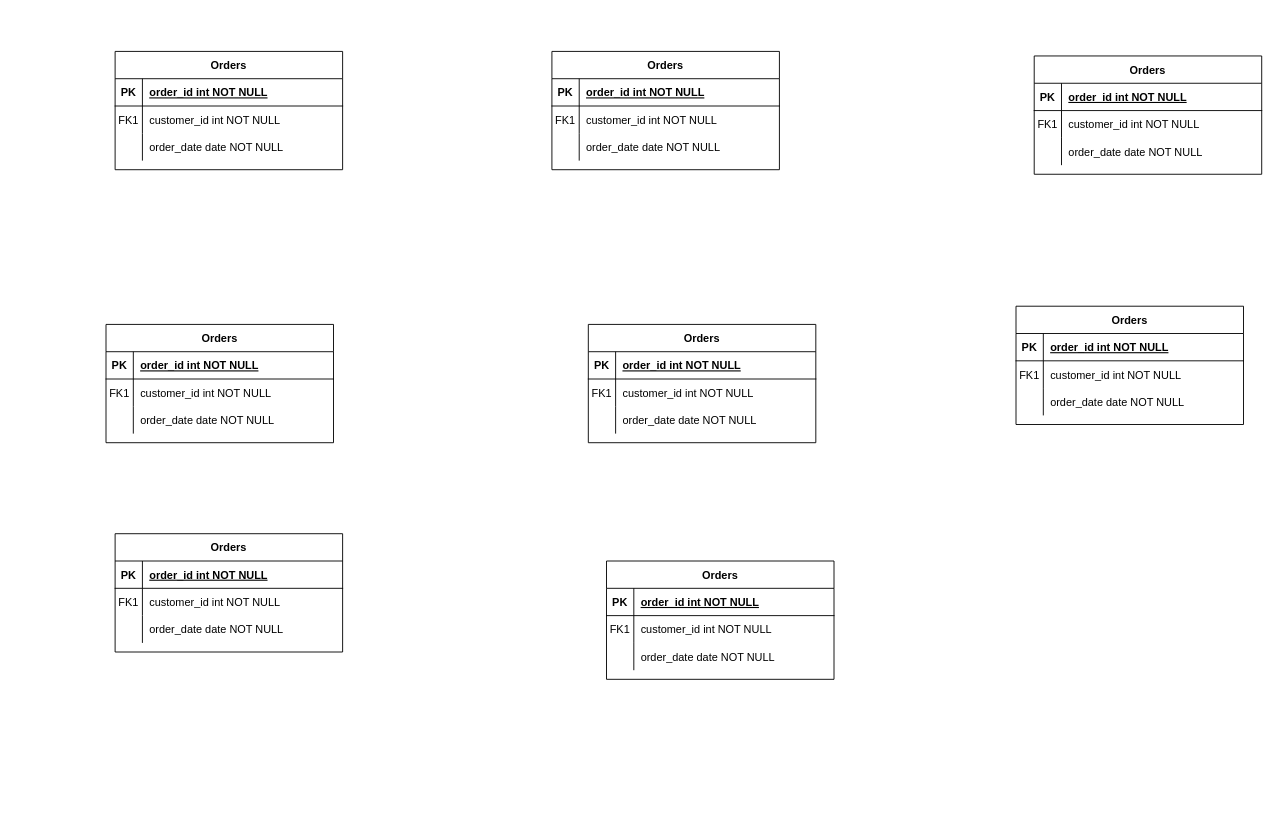
The draw.io diagram Диаграмма без названия.drawio in jbvcdfhjkjnvccdesszxchiokk/pythonProject, before the edit. Source tidied: cells renumbered, new cells numbered last; positions are measured from the earlier drawing's top-left corner, leaving out a move shared by most shapes. Both pictures are drawn from the tidied source at 91%, with x=0, y=0 at pixel (106, 51).
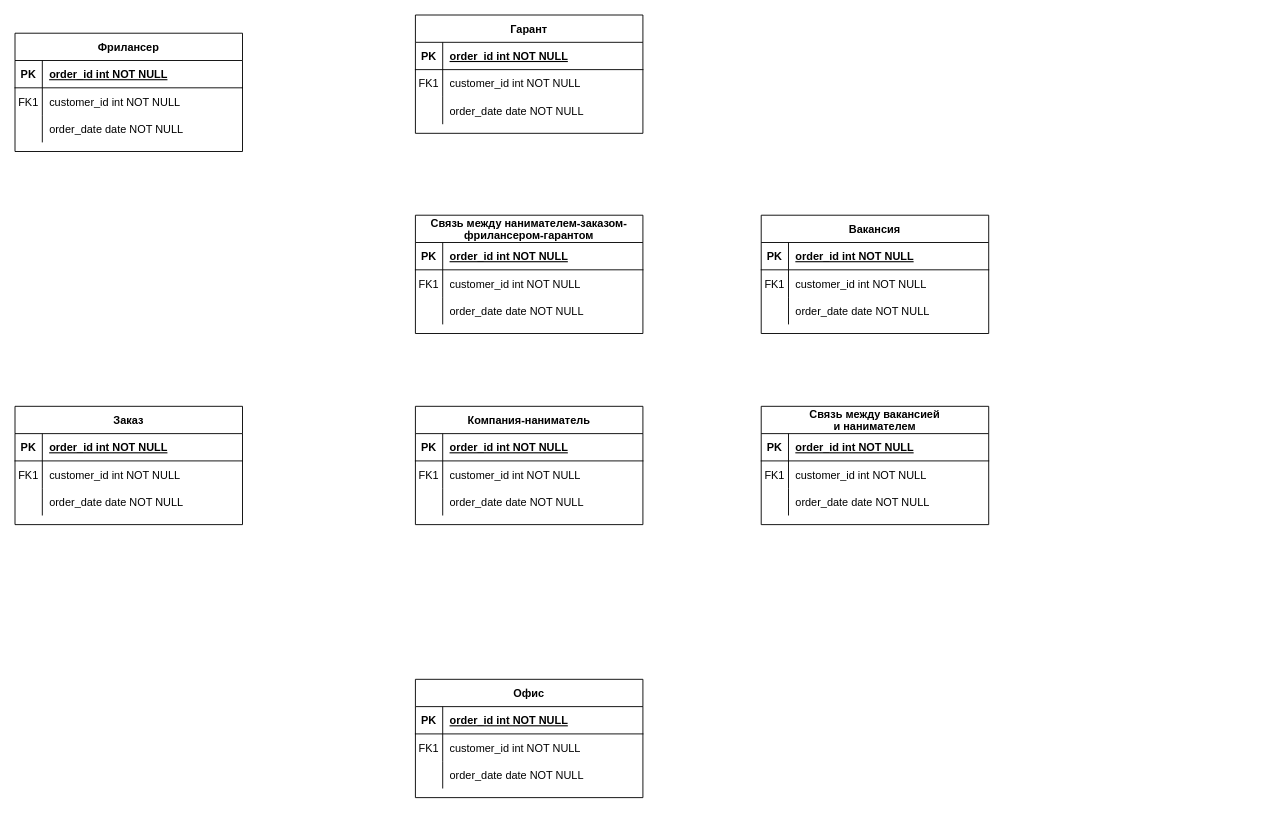
After the change.

Change to the diagram source:
```diff
@@
-    <mxCell id="2" value="Orders" style="shape=table;startSize=30;childLayout=tableLayout;rowLines=0;fontStyle=1;align=center;" parent="1" vertex="1">
-      <mxGeometry x="490" width="250" height="130" as="geometry" />
+    <mxCell id="2" value="Компания-наниматель" style="shape=table;startSize=30;childLayout=tableLayout;rowLines=0;fontStyle=1;align=center;" parent="1" vertex="1">
+      <mxGeometry x="340" y="390" width="250" height="130" as="geometry" />
     </mxCell>
@@
-    <mxCell id="12" value="Orders" style="shape=table;startSize=30;childLayout=tableLayout;rowLines=0;fontStyle=1;align=center;" parent="1" vertex="1">
-      <mxGeometry x="550" y="560" width="250" height="130" as="geometry" />
+    <mxCell id="12" value="Связь между вакансией &#10;и нанимателем" style="shape=table;startSize=30;childLayout=tableLayout;rowLines=0;fontStyle=1;align=center;" parent="1" vertex="1">
+      <mxGeometry x="720" y="390" width="250" height="130" as="geometry" />
     </mxCell>
@@
-    <mxCell id="22" value="Orders" style="shape=table;startSize=30;childLayout=tableLayout;rowLines=0;fontStyle=1;align=center;" parent="1" vertex="1">
-      <mxGeometry x="10" y="530" width="250" height="130" as="geometry" />
+    <mxCell id="22" value="Связь между нанимателем-заказом-&#10;фрилансером-гарантом" style="shape=table;startSize=30;childLayout=tableLayout;rowLines=0;fontStyle=1;align=center;" parent="1" vertex="1">
+      <mxGeometry x="340" y="180" width="250" height="130" as="geometry" />
     </mxCell>
@@
-    <mxCell id="32" value="Orders" style="shape=table;startSize=30;childLayout=tableLayout;rowLines=0;fontStyle=1;align=center;" parent="1" vertex="1">
-      <mxGeometry x="1000" y="280" width="250" height="130" as="geometry" />
+    <mxCell id="32" value="Офис" style="shape=table;startSize=30;childLayout=tableLayout;rowLines=0;fontStyle=1;align=center;" parent="1" vertex="1">
+      <mxGeometry x="340" y="690" width="250" height="130" as="geometry" />
     </mxCell>
@@
-    <mxCell id="42" value="Orders" style="shape=table;startSize=30;childLayout=tableLayout;rowLines=0;fontStyle=1;align=center;" parent="1" vertex="1">
-      <mxGeometry x="530" y="300" width="250" height="130" as="geometry" />
+    <mxCell id="42" value="Гарант" style="shape=table;startSize=30;childLayout=tableLayout;rowLines=0;fontStyle=1;align=center;" parent="1" vertex="1">
+      <mxGeometry x="340" y="-40" width="250" height="130" as="geometry" />
     </mxCell>
@@
-    <mxCell id="52" value="Orders" style="shape=table;startSize=30;childLayout=tableLayout;rowLines=0;fontStyle=1;align=center;" parent="1" vertex="1">
-      <mxGeometry y="300" width="250" height="130" as="geometry" />
+    <mxCell id="52" value="Вакансия" style="shape=table;startSize=30;childLayout=tableLayout;rowLines=0;fontStyle=1;align=center;" parent="1" vertex="1">
+      <mxGeometry x="720" y="180" width="250" height="130" as="geometry" />
     </mxCell>
@@
-    <mxCell id="62" value="Orders" style="shape=table;startSize=30;childLayout=tableLayout;rowLines=0;fontStyle=1;align=center;" parent="1" vertex="1">
-      <mxGeometry x="1020" y="5" width="250" height="130" as="geometry" />
+    <mxCell id="62" value="Заказ" style="shape=table;startSize=30;childLayout=tableLayout;rowLines=0;fontStyle=1;align=center;" parent="1" vertex="1">
+      <mxGeometry x="-100" y="390" width="250" height="130" as="geometry" />
     </mxCell>
@@
-    <mxCell id="72" value="Orders" style="shape=table;startSize=30;childLayout=tableLayout;rowLines=0;fontStyle=1;align=center;" parent="1" vertex="1">
-      <mxGeometry x="10" width="250" height="130" as="geometry" />
+    <mxCell id="72" value="Фрилансер" style="shape=table;startSize=30;childLayout=tableLayout;rowLines=0;fontStyle=1;align=center;" parent="1" vertex="1">
+      <mxGeometry x="-100" y="-20" width="250" height="130" as="geometry" />
     </mxCell>
```
